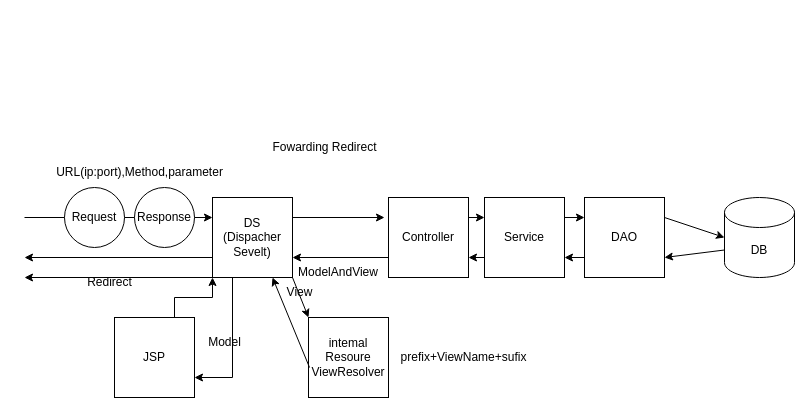
This is page "페이지-1" (1 of 2) of 제목 없는 다이어그램.drawio from pizone2/GDJ60_Spring, a draw.io file, before an edit. Source tidied: cells renumbered, new cells numbered last; positions are measured from the earlier drawing's top-left corner, leaving out a move shared by most shapes. Both pictures are drawn from the tidied source at 100%, with x=0, y=0 at pixel (24, 132).
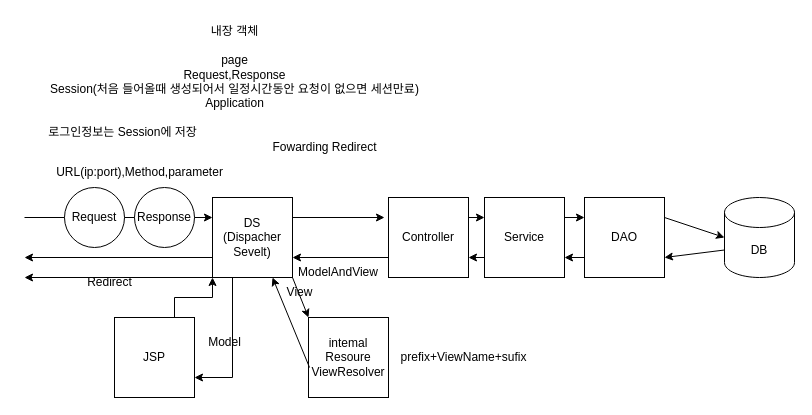
Above is the later version.

Change to the diagram source:
```diff
@@
+    <mxCell id="33" value="내장 객체&lt;br style=&quot;border-color: var(--border-color);&quot;&gt;&lt;br style=&quot;border-color: var(--border-color);&quot;&gt;&lt;span style=&quot;&quot;&gt;page&lt;/span&gt;&lt;br style=&quot;border-color: var(--border-color);&quot;&gt;&lt;span style=&quot;&quot;&gt;Request,Response&lt;/span&gt;&lt;br style=&quot;border-color: var(--border-color);&quot;&gt;&lt;span style=&quot;&quot;&gt;Session(처음 들어올때 생성되어서 일정시간동안 요청이 없으면 세션만료)&lt;/span&gt;&lt;br style=&quot;border-color: var(--border-color);&quot;&gt;&lt;span style=&quot;&quot;&gt;Application&lt;/span&gt;" style="text;html=1;align=center;verticalAlign=middle;strokeColor=none;fillColor=none;" parent="1" vertex="1">
+      <mxGeometry y="-115" width="420" height="100" as="geometry" />
+    </mxCell>
+    <mxCell id="34" value="로그인정보는 Session에 저장&lt;br&gt;" style="text;html=1;align=center;verticalAlign=middle;strokeColor=none;fillColor=none;" parent="1" vertex="1">
+      <mxGeometry x="8" y="-15" width="180" height="30" as="geometry" />
+    </mxCell>
```
